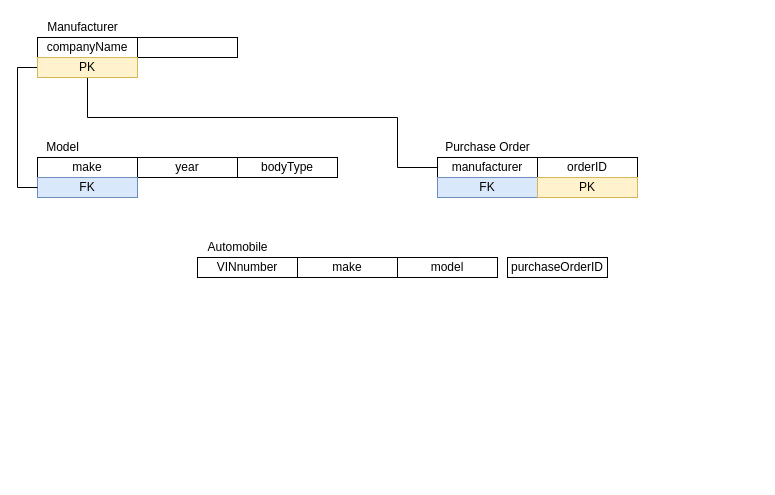
Above: CECS323/Project1RelationalDiagram.drawio in tammyhuynh/CSULBProjects (draw.io), before the change. Source tidied: cells renumbered, new cells numbered last; positions are measured from the earlier drawing's top-left corner, leaving out a move shared by most shapes. Both pictures are drawn from the tidied source at 100%, with x=0, y=0 at pixel (17, 17).
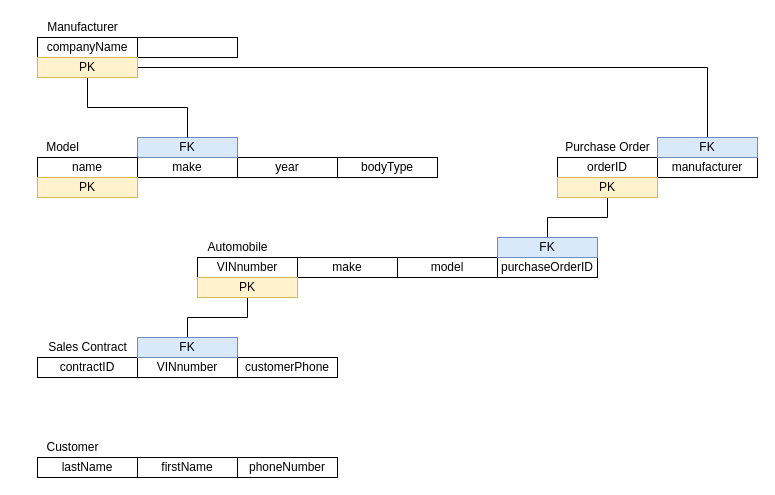
The same diagram, later.

The change refers to these unchanged cells:
```xml
<mxCell id="12" value="PK" style="rounded=0;whiteSpace=wrap;html=1;fillColor=#fff2cc;strokeColor=#d6b656;" parent="1" vertex="1">
  <mxGeometry x="20" y="40" width="100" height="20" as="geometry" />
</mxCell>
```

Diff of the diagram source:
```diff
@@
     <mxCell id="6" value="bodyType" style="rounded=0;whiteSpace=wrap;html=1;" parent="1" vertex="1">
-      <mxGeometry x="220" y="140" width="100" height="20" as="geometry" />
+      <mxGeometry x="320" y="140" width="100" height="20" as="geometry" />
     </mxCell>
     <mxCell id="7" value="year" style="rounded=0;whiteSpace=wrap;html=1;" parent="1" vertex="1">
-      <mxGeometry x="120" y="140" width="100" height="20" as="geometry" />
+      <mxGeometry x="220" y="140" width="100" height="20" as="geometry" />
     </mxCell>
     <mxCell id="8" value="make" style="rounded=0;whiteSpace=wrap;html=1;" parent="1" vertex="1">
-      <mxGeometry x="20" y="140" width="100" height="20" as="geometry" />
+      <mxGeometry x="120" y="140" width="100" height="20" as="geometry" />
     </mxCell>
     <mxCell id="9" value="FK" style="rounded=0;whiteSpace=wrap;html=1;fillColor=#dae8fc;strokeColor=#6c8ebf;" parent="1" vertex="1">
-      <mxGeometry x="20" y="160" width="100" height="20" as="geometry" />
+      <mxGeometry x="120" y="120" width="100" height="20" as="geometry" />
     </mxCell>
-    <mxCell id="10" style="edgeStyle=orthogonalEdgeStyle;rounded=0;jettySize=auto;html=1;exitX=0;exitY=0.5;exitDx=0;exitDy=0;endArrow=none;endFill=0;" parent="1" edge="1" source="12">
+    <mxCell id="10" style="edgeStyle=orthogonalEdgeStyle;rounded=0;jettySize=auto;html=1;exitX=0.5;exitY=1;exitDx=0;exitDy=0;endArrow=none;endFill=0;entryX=0.5;entryY=0;entryDx=0;entryDy=0;" parent="1" edge="1" source="12" target="9">
       <mxGeometry relative="1" as="geometry">
-        <mxPoint x="20" y="170" as="targetPoint" />
         <Array as="points">
-          <mxPoint y="50" />
-          <mxPoint y="170" />
-          <mxPoint x="20" y="170" />
+          <mxPoint x="70" y="90" />
+          <mxPoint x="170" y="90" />
         </Array>
       </mxGeometry>
     </mxCell>
-    <mxCell id="11" style="edgeStyle=orthogonalEdgeStyle;rounded=0;jettySize=auto;html=1;exitX=0.5;exitY=1;exitDx=0;exitDy=0;entryX=0;entryY=0.25;entryDx=0;entryDy=0;endArrow=none;endFill=0;" parent="1" edge="1" source="12" target="16">
+    <mxCell id="11" style="edgeStyle=orthogonalEdgeStyle;rounded=0;jettySize=auto;html=1;exitX=1;exitY=0.5;exitDx=0;exitDy=0;entryX=0.5;entryY=0;entryDx=0;entryDy=0;endArrow=none;endFill=0;" parent="1" edge="1" source="12" target="18">
       <mxGeometry relative="1" as="geometry">
         <Array as="points">
-          <mxPoint x="70" y="100" />
-          <mxPoint x="380" y="100" />
-          <mxPoint x="380" y="150" />
-          <mxPoint x="420" y="150" />
+          <mxPoint x="690" y="50" />
         </Array>
       </mxGeometry>
     </mxCell>
@@
     <mxCell id="14" value="purchaseOrderID" style="rounded=0;whiteSpace=wrap;html=1;" parent="1" vertex="1">
-      <mxGeometry x="490" y="240" width="100" height="20" as="geometry" />
+      <mxGeometry x="480" y="240" width="100" height="20" as="geometry" />
     </mxCell>
     <mxCell id="15" value="Purchase Order" style="text;html=1;align=center;verticalAlign=middle;strokeColor=none;fillColor=none;" parent="1" vertex="1">
-      <mxGeometry x="420" y="120" width="100" height="20" as="geometry" />
+      <mxGeometry x="540" y="120" width="100" height="20" as="geometry" />
     </mxCell>
     <mxCell id="16" value="manufacturer" style="rounded=0;whiteSpace=wrap;html=1;" parent="1" vertex="1">
-      <mxGeometry x="420" y="140" width="100" height="20" as="geometry" />
+      <mxGeometry x="640" y="140" width="100" height="20" as="geometry" />
     </mxCell>
     <mxCell id="17" value="orderID" style="rounded=0;whiteSpace=wrap;html=1;" parent="1" vertex="1">
-      <mxGeometry x="520" y="140" width="100" height="20" as="geometry" />
+      <mxGeometry x="540" y="140" width="100" height="20" as="geometry" />
     </mxCell>
     <mxCell id="18" value="FK" style="rounded=0;whiteSpace=wrap;html=1;fillColor=#dae8fc;strokeColor=#6c8ebf;" parent="1" vertex="1">
-      <mxGeometry x="420" y="160" width="100" height="20" as="geometry" />
+      <mxGeometry x="640" y="120" width="100" height="20" as="geometry" />
     </mxCell>
+    <mxCell id="23" style="edgeStyle=orthogonalEdgeStyle;rounded=0;jettySize=auto;html=1;exitX=0.5;exitY=1;exitDx=0;exitDy=0;endArrow=none;endFill=0;entryX=0.5;entryY=0;entryDx=0;entryDy=0;" parent="1" edge="1" source="19" target="25">
+      <mxGeometry relative="1" as="geometry">
+        <Array as="points">
+          <mxPoint x="590" y="200" />
+          <mxPoint x="530" y="200" />
+        </Array>
+      </mxGeometry>
+    </mxCell>
     <mxCell id="19" value="PK" style="rounded=0;whiteSpace=wrap;html=1;fillColor=#fff2cc;strokeColor=#d6b656;" parent="1" vertex="1">
-      <mxGeometry x="520" y="160" width="100" height="20" as="geometry" />
+      <mxGeometry x="540" y="160" width="100" height="20" as="geometry" />
     </mxCell>
@@
+    <mxCell id="24" value="name" style="rounded=0;whiteSpace=wrap;html=1;" parent="1" vertex="1">
+      <mxGeometry x="20" y="140" width="100" height="20" as="geometry" />
+    </mxCell>
+    <mxCell id="25" value="FK" style="rounded=0;whiteSpace=wrap;html=1;fillColor=#dae8fc;strokeColor=#6c8ebf;" parent="1" vertex="1">
+      <mxGeometry x="480" y="220" width="100" height="20" as="geometry" />
+    </mxCell>
+    <mxCell id="26" value="PK" style="rounded=0;whiteSpace=wrap;html=1;fillColor=#fff2cc;strokeColor=#d6b656;" parent="1" vertex="1">
+      <mxGeometry x="20" y="160" width="100" height="20" as="geometry" />
+    </mxCell>
+    <mxCell id="27" style="edgeStyle=orthogonalEdgeStyle;rounded=0;jettySize=auto;html=1;exitX=0.5;exitY=1;exitDx=0;exitDy=0;entryX=0.5;entryY=0;entryDx=0;entryDy=0;endArrow=none;endFill=0;" parent="1" edge="1" source="28" target="33">
+      <mxGeometry relative="1" as="geometry" />
+    </mxCell>
+    <mxCell id="28" value="PK" style="rounded=0;whiteSpace=wrap;html=1;fillColor=#fff2cc;strokeColor=#d6b656;" parent="1" vertex="1">
+      <mxGeometry x="180" y="260" width="100" height="20" as="geometry" />
+    </mxCell>
+    <mxCell id="29" value="Sales Contract" style="text;html=1;align=center;verticalAlign=middle;strokeColor=none;fillColor=none;" parent="1" vertex="1">
+      <mxGeometry x="20" y="320" width="100" height="20" as="geometry" />
+    </mxCell>
+    <mxCell id="30" value="contractID" style="rounded=0;whiteSpace=wrap;html=1;" parent="1" vertex="1">
+      <mxGeometry x="20" y="340" width="100" height="20" as="geometry" />
+    </mxCell>
+    <mxCell id="31" value="VINnumber" style="rounded=0;whiteSpace=wrap;html=1;" parent="1" vertex="1">
+      <mxGeometry x="120" y="340" width="100" height="20" as="geometry" />
+    </mxCell>
+    <mxCell id="32" value="customerPhone" style="rounded=0;whiteSpace=wrap;html=1;" parent="1" vertex="1">
+      <mxGeometry x="220" y="340" width="100" height="20" as="geometry" />
+    </mxCell>
+    <mxCell id="33" value="FK" style="rounded=0;whiteSpace=wrap;html=1;fillColor=#dae8fc;strokeColor=#6c8ebf;" parent="1" vertex="1">
+      <mxGeometry x="120" y="320" width="100" height="20" as="geometry" />
+    </mxCell>
+    <mxCell id="34" value="Customer" style="text;html=1;align=center;verticalAlign=middle;strokeColor=none;fillColor=none;" parent="1" vertex="1">
+      <mxGeometry x="20" y="420" width="70" height="20" as="geometry" />
+    </mxCell>
+    <mxCell id="35" value="lastName" style="rounded=0;whiteSpace=wrap;html=1;" parent="1" vertex="1">
+      <mxGeometry x="20" y="440" width="100" height="20" as="geometry" />
+    </mxCell>
+    <mxCell id="36" value="firstName" style="rounded=0;whiteSpace=wrap;html=1;" parent="1" vertex="1">
+      <mxGeometry x="120" y="440" width="100" height="20" as="geometry" />
+    </mxCell>
+    <mxCell id="37" value="phoneNumber" style="rounded=0;whiteSpace=wrap;html=1;" parent="1" vertex="1">
+      <mxGeometry x="220" y="440" width="100" height="20" as="geometry" />
+    </mxCell>
```
